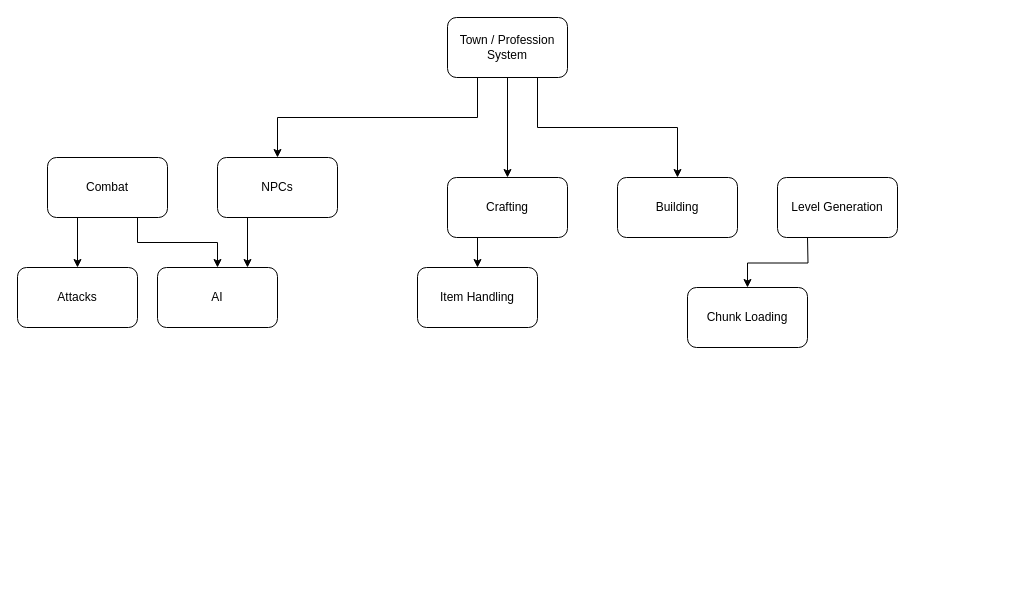
Earlier version of the draw.io diagram Assets/Feature Pyramid.drawio (alexschacher/sandbox-game). Source tidied: cells renumbered, new cells numbered last; positions are measured from the earlier drawing's top-left corner, leaving out a move shared by most shapes. Both pictures are drawn from the tidied source at 100%, with x=0, y=0 at pixel (17, 17).
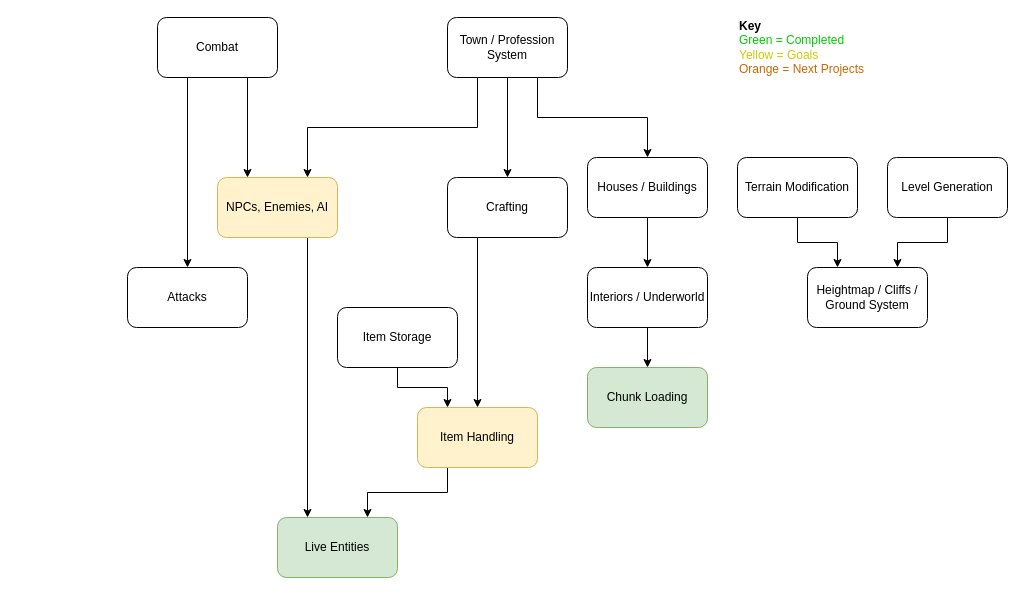
After the change.

Unchanged cells that the change refers to:
```xml
<mxCell id="19" value="Town / Profession System" style="rounded=1;whiteSpace=wrap;html=1;" parent="1" vertex="1">
  <mxGeometry x="430" width="120" height="60" as="geometry" />
</mxCell>
```

The edit, as a diff of the source:
```diff
@@
+    <mxCell id="20" style="edgeStyle=orthogonalEdgeStyle;rounded=0;jettySize=auto;html=1;exitX=0.25;exitY=1;exitDx=0;exitDy=0;entryX=0.75;entryY=0;entryDx=0;entryDy=0;" parent="1" edge="1" source="2" target="25">
+      <mxGeometry relative="1" as="geometry" />
+    </mxCell>
-    <mxCell id="2" value="Item Handling" style="rounded=1;whiteSpace=wrap;html=1;" parent="1" vertex="1">
-      <mxGeometry x="400" y="250" width="120" height="60" as="geometry" />
+    <mxCell id="2" value="Item Handling" style="rounded=1;whiteSpace=wrap;html=1;fillColor=#fff2cc;strokeColor=#d6b656;" parent="1" vertex="1">
+      <mxGeometry x="400" y="390" width="120" height="60" as="geometry" />
     </mxCell>
-    <mxCell id="3" value="Chunk Loading" style="rounded=1;whiteSpace=wrap;html=1;" parent="1" vertex="1">
-      <mxGeometry x="670" y="270" width="120" height="60" as="geometry" />
+    <mxCell id="3" value="Chunk Loading" style="rounded=1;whiteSpace=wrap;html=1;fillColor=#d5e8d4;strokeColor=#82b366;" parent="1" vertex="1">
+      <mxGeometry x="570" y="350" width="120" height="60" as="geometry" />
     </mxCell>
@@
-    <mxCell id="7" style="edgeStyle=orthogonalEdgeStyle;rounded=0;jettySize=auto;html=1;exitX=0.75;exitY=1;exitDx=0;exitDy=0;" parent="1" edge="1" source="8" target="13">
-      <mxGeometry relative="1" as="geometry" />
-    </mxCell>
+    <mxCell id="21" style="edgeStyle=orthogonalEdgeStyle;rounded=0;jettySize=auto;html=1;exitX=0.75;exitY=1;exitDx=0;exitDy=0;entryX=0.25;entryY=0;entryDx=0;entryDy=0;" parent="1" edge="1" source="8" target="27">
+      <mxGeometry relative="1" as="geometry" />
+    </mxCell>
     <mxCell id="8" value="Combat" style="rounded=1;whiteSpace=wrap;html=1;" parent="1" vertex="1">
-      <mxGeometry x="30" y="140" width="120" height="60" as="geometry" />
+      <mxGeometry x="140" width="120" height="60" as="geometry" />
     </mxCell>
+    <mxCell id="22" style="edgeStyle=orthogonalEdgeStyle;rounded=0;jettySize=auto;html=1;exitX=0.5;exitY=1;exitDx=0;exitDy=0;entryX=0.5;entryY=0;entryDx=0;entryDy=0;" parent="1" edge="1" source="9" target="29">
+      <mxGeometry relative="1" as="geometry" />
+    </mxCell>
-    <mxCell id="9" value="Building" style="rounded=1;whiteSpace=wrap;html=1;" parent="1" vertex="1">
-      <mxGeometry x="600" y="160" width="120" height="60" as="geometry" />
+    <mxCell id="9" value="Houses / Buildings" style="rounded=1;whiteSpace=wrap;html=1;" parent="1" vertex="1">
+      <mxGeometry x="570" y="140" width="120" height="60" as="geometry" />
     </mxCell>
-    <mxCell id="10" style="edgeStyle=orthogonalEdgeStyle;rounded=0;jettySize=auto;html=1;exitX=0.25;exitY=1;exitDx=0;exitDy=0;entryX=0.75;entryY=0;entryDx=0;entryDy=0;" parent="1" edge="1" source="11" target="13">
-      <mxGeometry relative="1" as="geometry" />
-    </mxCell>
-    <mxCell id="11" value="NPCs" style="rounded=1;whiteSpace=wrap;html=1;" parent="1" vertex="1">
-      <mxGeometry x="200" y="140" width="120" height="60" as="geometry" />
-    </mxCell>
     <mxCell id="12" value="Attacks" style="rounded=1;whiteSpace=wrap;html=1;" parent="1" vertex="1">
-      <mxGeometry y="250" width="120" height="60" as="geometry" />
+      <mxGeometry x="110" y="250" width="120" height="60" as="geometry" />
     </mxCell>
-    <mxCell id="13" value="AI" style="rounded=1;whiteSpace=wrap;html=1;" parent="1" vertex="1">
-      <mxGeometry x="140" y="250" width="120" height="60" as="geometry" />
-    </mxCell>
-    <mxCell id="14" style="edgeStyle=orthogonalEdgeStyle;rounded=0;jettySize=auto;html=1;exitX=0.5;exitY=1;exitDx=0;exitDy=0;entryX=0.5;entryY=0;entryDx=0;entryDy=0;" parent="1" edge="1" target="3">
-      <mxGeometry relative="1" as="geometry">
-        <mxPoint x="790" y="220" as="sourcePoint" />
-      </mxGeometry>
-    </mxCell>
+    <mxCell id="23" style="edgeStyle=orthogonalEdgeStyle;rounded=0;jettySize=auto;html=1;exitX=0.5;exitY=1;exitDx=0;exitDy=0;entryX=0.75;entryY=0;entryDx=0;entryDy=0;" parent="1" edge="1" source="15" target="34">
+      <mxGeometry relative="1" as="geometry" />
+    </mxCell>
     <mxCell id="15" value="Level Generation" style="rounded=1;whiteSpace=wrap;html=1;" parent="1" vertex="1">
-      <mxGeometry x="760" y="160" width="120" height="60" as="geometry" />
+      <mxGeometry x="870" y="140" width="120" height="60" as="geometry" />
     </mxCell>
-    <mxCell id="16" style="edgeStyle=orthogonalEdgeStyle;rounded=0;jettySize=auto;html=1;exitX=0.25;exitY=1;exitDx=0;exitDy=0;entryX=0.5;entryY=0;entryDx=0;entryDy=0;" parent="1" edge="1" source="19" target="11">
-      <mxGeometry relative="1" as="geometry" />
-    </mxCell>
@@
+    <mxCell id="24" style="edgeStyle=orthogonalEdgeStyle;rounded=0;jettySize=auto;html=1;exitX=0.25;exitY=1;exitDx=0;exitDy=0;entryX=0.75;entryY=0;entryDx=0;entryDy=0;" parent="1" edge="1" source="19" target="27">
+      <mxGeometry relative="1" as="geometry" />
+    </mxCell>
@@
+    <mxCell id="25" value="Live Entities" style="rounded=1;whiteSpace=wrap;html=1;fillColor=#d5e8d4;strokeColor=#82b366;" parent="1" vertex="1">
+      <mxGeometry x="260" y="500" width="120" height="60" as="geometry" />
+    </mxCell>
+    <mxCell id="26" style="edgeStyle=orthogonalEdgeStyle;rounded=0;jettySize=auto;html=1;exitX=0.75;exitY=1;exitDx=0;exitDy=0;entryX=0.25;entryY=0;entryDx=0;entryDy=0;" parent="1" edge="1" source="27" target="25">
+      <mxGeometry relative="1" as="geometry" />
+    </mxCell>
+    <mxCell id="27" value="NPCs, Enemies, AI" style="rounded=1;whiteSpace=wrap;html=1;fillColor=#fff2cc;strokeColor=#d6b656;" parent="1" vertex="1">
+      <mxGeometry x="200" y="160" width="120" height="60" as="geometry" />
+    </mxCell>
+    <mxCell id="28" style="edgeStyle=orthogonalEdgeStyle;rounded=0;jettySize=auto;html=1;exitX=0.5;exitY=1;exitDx=0;exitDy=0;entryX=0.5;entryY=0;entryDx=0;entryDy=0;" parent="1" edge="1" source="29" target="3">
+      <mxGeometry relative="1" as="geometry" />
+    </mxCell>
+    <mxCell id="29" value="Interiors / Underworld" style="rounded=1;whiteSpace=wrap;html=1;" parent="1" vertex="1">
+      <mxGeometry x="570" y="250" width="120" height="60" as="geometry" />
+    </mxCell>
+    <mxCell id="30" style="edgeStyle=orthogonalEdgeStyle;rounded=0;jettySize=auto;html=1;exitX=0.5;exitY=1;exitDx=0;exitDy=0;entryX=0.25;entryY=0;entryDx=0;entryDy=0;" parent="1" edge="1" source="31" target="34">
+      <mxGeometry relative="1" as="geometry" />
+    </mxCell>
+    <mxCell id="31" value="Terrain Modification" style="rounded=1;whiteSpace=wrap;html=1;" parent="1" vertex="1">
+      <mxGeometry x="720" y="140" width="120" height="60" as="geometry" />
+    </mxCell>
+    <mxCell id="32" style="edgeStyle=orthogonalEdgeStyle;rounded=0;jettySize=auto;html=1;exitX=0.5;exitY=1;exitDx=0;exitDy=0;entryX=0.25;entryY=0;entryDx=0;entryDy=0;" parent="1" edge="1" source="33" target="2">
+      <mxGeometry relative="1" as="geometry" />
+    </mxCell>
+    <mxCell id="33" value="Item Storage" style="rounded=1;whiteSpace=wrap;html=1;" parent="1" vertex="1">
+      <mxGeometry x="320" y="290" width="120" height="60" as="geometry" />
+    </mxCell>
+    <mxCell id="34" value="Heightmap / Cliffs / Ground System" style="rounded=1;whiteSpace=wrap;html=1;" parent="1" vertex="1">
+      <mxGeometry x="790" y="250" width="120" height="60" as="geometry" />
+    </mxCell>
+    <mxCell id="35" value="&lt;b&gt;Key&lt;/b&gt;&lt;br&gt;&lt;font color=&quot;#00cc00&quot;&gt;Green = Completed&lt;/font&gt;&lt;br&gt;&lt;font color=&quot;#cccc00&quot;&gt;Yellow = Goals&lt;/font&gt;&lt;br&gt;&lt;div&gt;&lt;span&gt;&lt;font color=&quot;#cc6600&quot;&gt;Orange = Next Projects&lt;/font&gt;&lt;/span&gt;&lt;/div&gt;" style="text;html=1;strokeColor=none;fillColor=none;align=left;verticalAlign=middle;whiteSpace=wrap;rounded=0;" parent="1" vertex="1">
+      <mxGeometry x="720" y="20" width="180" height="20" as="geometry" />
+    </mxCell>
```
